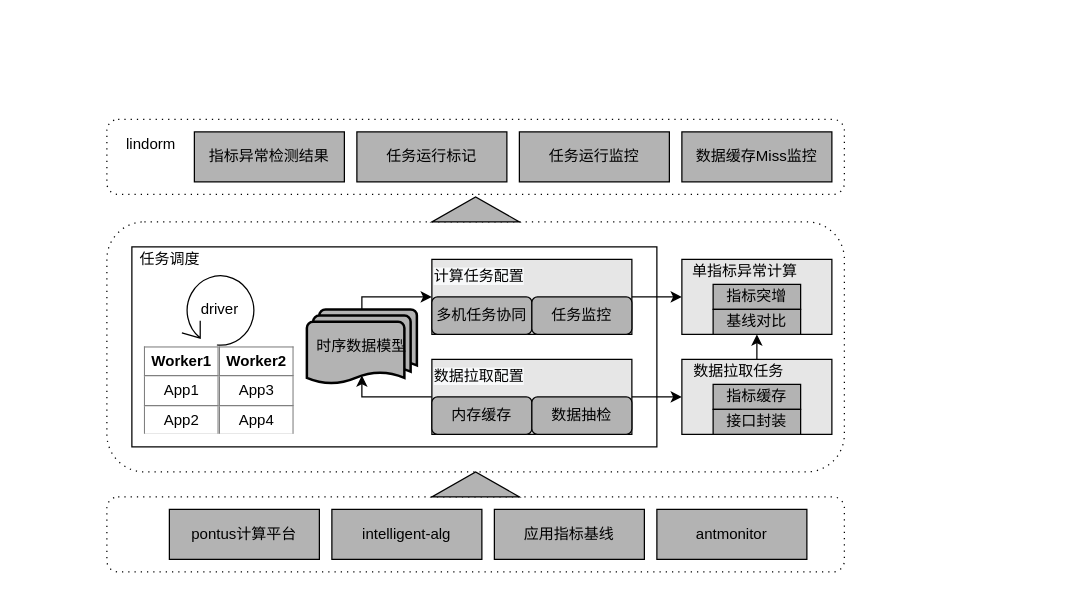
Earlier version of the draw.io diagram 蚂蚁金服/容量/容量计算框架.drawio (frankneu/draw.io). Source tidied: cells renumbered, new cells numbered last; positions are measured from the earlier drawing's top-left corner, leaving out a move shared by most shapes. Both pictures are drawn from the tidied source at 125%, with x=0, y=0 at pixel (106, 119).
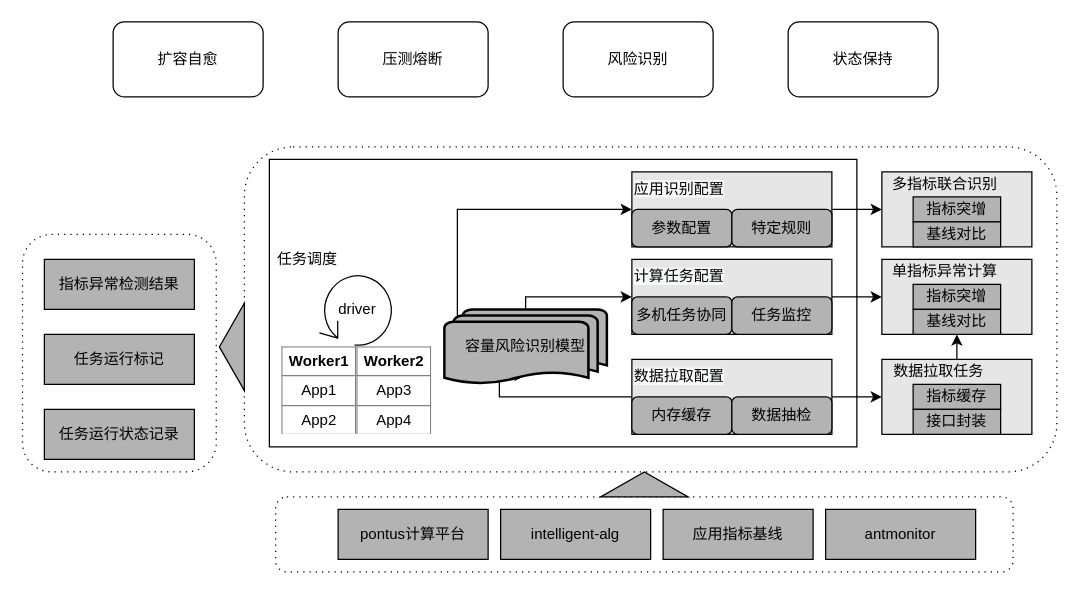
The same page after the edit.

Commit message:
Update 容量计算框架.drawio

What changed in the source:
```diff
@@
     <mxCell id="2" style="shape=ext;rounded=1;html=1;whiteSpace=wrap;dashed=1;dashPattern=1 4;" parent="1" vertex="1">
-      <mxGeometry width="590" height="60" as="geometry" />
+      <mxGeometry x="-67.5" y="92" width="155" height="190" as="geometry" />
     </mxCell>
     <mxCell id="3" style="shape=ext;rounded=1;html=1;whiteSpace=wrap;dashed=1;dashPattern=1 4;" parent="1" vertex="1">
-      <mxGeometry y="82" width="590" height="200" as="geometry" />
+      <mxGeometry x="110" y="22" width="650" height="260" as="geometry" />
     </mxCell>
     <mxCell id="4" style="shape=ext;rounded=1;html=1;whiteSpace=wrap;dashed=1;dashPattern=1 4;" parent="1" vertex="1">
-      <mxGeometry y="302" width="590" height="60" as="geometry" />
+      <mxGeometry x="135" y="302" width="590" height="60" as="geometry" />
     </mxCell>
     <mxCell id="5" style="rounded=0;whiteSpace=wrap;html=1;" parent="1" vertex="1">
-      <mxGeometry x="20" y="102" width="420" height="160" as="geometry" />
+      <mxGeometry x="130" y="32" width="470" height="230" as="geometry" />
     </mxCell>
@@
     <mxCell id="9" style="rounded=0;whiteSpace=wrap;html=1;fillColor=#E6E6E6;" parent="1" vertex="1">
-      <mxGeometry x="460" y="192" width="120" height="60" as="geometry" />
+      <mxGeometry x="620" y="192" width="120" height="60" as="geometry" />
     </mxCell>
     <mxCell id="10" style="rounded=0;whiteSpace=wrap;html=1;fillColor=#E6E6E6;" parent="1" vertex="1">
-      <mxGeometry x="460" y="112" width="120" height="60" as="geometry" />
+      <mxGeometry x="620" y="112" width="120" height="60" as="geometry" />
     </mxCell>
-    <mxCell id="11" value="数据缓存Miss监控" style="rounded=0;whiteSpace=wrap;html=1;fillColor=#B3B3B3;" parent="1" vertex="1">
-      <mxGeometry x="460" y="10" width="120" height="40" as="geometry" />
-    </mxCell>
     <mxCell id="12" value="任务运行标记" style="rounded=0;whiteSpace=wrap;html=1;fillColor=#B3B3B3;" parent="1" vertex="1">
-      <mxGeometry x="200" y="10" width="120" height="40" as="geometry" />
+      <mxGeometry x="-50" y="172" width="120" height="40" as="geometry" />
     </mxCell>
     <mxCell id="13" style="rounded=0;whiteSpace=wrap;html=1;fillColor=#E6E6E6;" parent="1" vertex="1">
-      <mxGeometry x="260" y="112" width="160" height="60" as="geometry" />
+      <mxGeometry x="420" y="112" width="160" height="60" as="geometry" />
     </mxCell>
     <mxCell id="14" style="edgeStyle=orthogonalEdgeStyle;rounded=0;jettySize=auto;html=1;exitX=0;exitY=0.5;exitDx=0;exitDy=0;entryX=0.5;entryY=0.88;entryDx=0;entryDy=0;entryPerimeter=0;fillColor=#E6E6E6;" parent="1" edge="1" source="15" target="24">
       <mxGeometry relative="1" as="geometry">
         <Array as="points">
-          <mxPoint x="204" y="222" />
+          <mxPoint x="314" y="222" />
         </Array>
       </mxGeometry>
     </mxCell>
     <mxCell id="15" style="rounded=0;whiteSpace=wrap;html=1;fillColor=#E6E6E6;" parent="1" vertex="1">
-      <mxGeometry x="260" y="192" width="160" height="60" as="geometry" />
+      <mxGeometry x="420" y="192" width="160" height="60" as="geometry" />
     </mxCell>
     <mxCell id="16" value="pontus计算平台" style="rounded=0;whiteSpace=wrap;html=1;fillColor=#B3B3B3;" parent="1" vertex="1">
-      <mxGeometry x="50" y="312" width="120" height="40" as="geometry" />
+      <mxGeometry x="185" y="312" width="120" height="40" as="geometry" />
     </mxCell>
     <mxCell id="17" value="antmonitor" style="rounded=0;whiteSpace=wrap;html=1;fillColor=#B3B3B3;" parent="1" vertex="1">
-      <mxGeometry x="440" y="312" width="120" height="40" as="geometry" />
+      <mxGeometry x="575" y="312" width="120" height="40" as="geometry" />
     </mxCell>
     <mxCell id="18" value="&lt;span&gt;任务调度&lt;/span&gt;" style="text;html=1;align=center;verticalAlign=middle;" parent="1" vertex="1">
-      <mxGeometry x="20" y="102" width="60" height="20" as="geometry" />
+      <mxGeometry x="130" y="102" width="60" height="20" as="geometry" />
     </mxCell>
     <mxCell id="19" value="intelligent-alg" style="rounded=0;whiteSpace=wrap;html=1;fillColor=#B3B3B3;" parent="1" vertex="1">
-      <mxGeometry x="180" y="312" width="120" height="40" as="geometry" />
+      <mxGeometry x="315" y="312" width="120" height="40" as="geometry" />
     </mxCell>
     <mxCell id="20" value="driver" style="shape=mxgraph.bpmn.loop;html=1;" parent="1" vertex="1">
-      <mxGeometry x="60" y="122" width="60" height="60" as="geometry" />
+      <mxGeometry x="170" y="122" width="60" height="60" as="geometry" />
     </mxCell>
     <mxCell id="21" style="html=1;shadow=0;dashed=0;align=center;verticalAlign=middle;shape=mxgraph.arrows2.arrow;dy=0.6;dx=40;direction=north;notch=0;fillColor=#B3B3B3;" parent="1" vertex="1">
-      <mxGeometry x="260" y="282" width="70" height="20" as="geometry" />
+      <mxGeometry x="395" y="282" width="70" height="20" as="geometry" />
     </mxCell>
-    <mxCell id="22" style="html=1;shadow=0;dashed=0;align=center;verticalAlign=middle;shape=mxgraph.arrows2.arrow;dy=0.6;dx=40;direction=north;notch=0;fillColor=#B3B3B3;" parent="1" vertex="1">
-      <mxGeometry x="260" y="62" width="70" height="20" as="geometry" />
+    <mxCell id="22" style="html=1;shadow=0;dashed=0;align=center;verticalAlign=middle;shape=mxgraph.arrows2.arrow;dy=0.6;dx=40;direction=north;notch=0;fillColor=#B3B3B3;rotation=-90;" parent="1" vertex="1">
+      <mxGeometry x="65" y="172" width="70" height="20" as="geometry" />
     </mxCell>
     <mxCell id="23" style="edgeStyle=orthogonalEdgeStyle;rounded=0;jettySize=auto;html=1;exitX=0.5;exitY=0;exitDx=0;exitDy=0;exitPerimeter=0;entryX=0;entryY=0.5;entryDx=0;entryDy=0;fillColor=#E6E6E6;" parent="1" edge="1" source="24" target="13">
       <mxGeometry relative="1" as="geometry">
         <Array as="points">
-          <mxPoint x="204" y="142" />
+          <mxPoint x="335" y="142" />
         </Array>
       </mxGeometry>
     </mxCell>
+    <mxCell id="43" style="rounded=0;jettySize=auto;html=1;exitX=0.08;exitY=0.1;exitDx=0;exitDy=0;exitPerimeter=0;entryX=0;entryY=1;entryDx=0;entryDy=0;edgeStyle=orthogonalEdgeStyle;" parent="1" edge="1" source="24" target="52">
+      <mxGeometry relative="1" as="geometry">
+        <Array as="points">
+          <mxPoint x="280" y="72" />
+        </Array>
+      </mxGeometry>
+    </mxCell>
-    <mxCell id="24" value="时序数据模型" style="strokeWidth=2;html=1;shape=mxgraph.flowchart.multi-document;whiteSpace=wrap;fillColor=#B3B3B3;" parent="1" vertex="1">
-      <mxGeometry x="160" y="152" width="88" height="60" as="geometry" />
+    <mxCell id="24" value="容量风险识别模型" style="strokeWidth=2;html=1;shape=mxgraph.flowchart.multi-document;whiteSpace=wrap;fillColor=#B3B3B3;" parent="1" vertex="1">
+      <mxGeometry x="270" y="152" width="130" height="60" as="geometry" />
     </mxCell>
     <mxCell id="25" value="&lt;table border=&quot;1&quot; width=&quot;100%&quot; cellpadding=&quot;4&quot; style=&quot;width: 100% ; height: 100% ; border-collapse: collapse&quot;&gt;&lt;tbody&gt;&lt;tr&gt;&lt;th align=&quot;center&quot;&gt;Worker1&lt;/th&gt;&lt;/tr&gt;&lt;tr&gt;&lt;td align=&quot;center&quot;&gt;App1&lt;/td&gt;&lt;/tr&gt;&lt;tr&gt;&lt;td align=&quot;center&quot;&gt;&lt;span&gt;App2&lt;/span&gt;&lt;br&gt;&lt;/td&gt;&lt;/tr&gt;&lt;/tbody&gt;&lt;/table&gt;" style="text;html=1;strokeColor=none;fillColor=none;overflow=fill;" parent="1" vertex="1">
-      <mxGeometry x="30" y="182" width="60" height="70" as="geometry" />
+      <mxGeometry x="140" y="182" width="60" height="70" as="geometry" />
     </mxCell>
     <mxCell id="26" value="&lt;table border=&quot;1&quot; width=&quot;100%&quot; cellpadding=&quot;4&quot; style=&quot;width: 100% ; height: 100% ; border-collapse: collapse&quot;&gt;&lt;tbody&gt;&lt;tr&gt;&lt;th align=&quot;center&quot;&gt;Worker2&lt;/th&gt;&lt;/tr&gt;&lt;tr&gt;&lt;td align=&quot;center&quot;&gt;App3&lt;/td&gt;&lt;/tr&gt;&lt;tr&gt;&lt;td align=&quot;center&quot;&gt;&lt;span&gt;App4&lt;/span&gt;&lt;br&gt;&lt;/td&gt;&lt;/tr&gt;&lt;/tbody&gt;&lt;/table&gt;" style="text;html=1;strokeColor=none;fillColor=none;overflow=fill;" parent="1" vertex="1">
-      <mxGeometry x="90" y="182" width="60" height="70" as="geometry" />
+      <mxGeometry x="200" y="182" width="60" height="70" as="geometry" />
     </mxCell>
     <mxCell id="27" value="&lt;span&gt;单指标异常计算&lt;/span&gt;" style="text;html=1;align=center;verticalAlign=middle;" parent="1" vertex="1">
-      <mxGeometry x="460" y="112" width="100" height="20" as="geometry" />
+      <mxGeometry x="620" y="112" width="100" height="20" as="geometry" />
     </mxCell>
     <mxCell id="28" value="&lt;span&gt;数据拉取任务&lt;/span&gt;" style="text;html=1;align=center;verticalAlign=middle;" parent="1" vertex="1">
-      <mxGeometry x="460" y="192" width="90" height="20" as="geometry" />
+      <mxGeometry x="620" y="192" width="90" height="20" as="geometry" />
     </mxCell>
     <mxCell id="29" value="指标突增" style="rounded=0;whiteSpace=wrap;html=1;fillColor=#B3B3B3;" parent="1" vertex="1">
-      <mxGeometry x="485" y="132" width="70" height="20" as="geometry" />
+      <mxGeometry x="645" y="132" width="70" height="20" as="geometry" />
     </mxCell>
     <mxCell id="30" value="基线对比" style="rounded=0;whiteSpace=wrap;html=1;fillColor=#B3B3B3;" parent="1" vertex="1">
-      <mxGeometry x="485" y="152" width="70" height="20" as="geometry" />
+      <mxGeometry x="645" y="152" width="70" height="20" as="geometry" />
     </mxCell>
     <mxCell id="31" value="指标缓存" style="rounded=0;whiteSpace=wrap;html=1;fillColor=#B3B3B3;" parent="1" vertex="1">
-      <mxGeometry x="485" y="212" width="70" height="20" as="geometry" />
+      <mxGeometry x="645" y="212" width="70" height="20" as="geometry" />
     </mxCell>
     <mxCell id="32" value="接口封装" style="rounded=0;whiteSpace=wrap;html=1;fillColor=#B3B3B3;" parent="1" vertex="1">
-      <mxGeometry x="485" y="232" width="70" height="20" as="geometry" />
+      <mxGeometry x="645" y="232" width="70" height="20" as="geometry" />
     </mxCell>
-    <mxCell id="33" value="lindorm" style="text;html=1;align=center;verticalAlign=middle;" parent="1" vertex="1">
-      <mxGeometry x="10" y="10" width="50" height="20" as="geometry" />
-    </mxCell>
     <mxCell id="34" value="内存缓存" style="rounded=1;whiteSpace=wrap;html=1;fillColor=#B3B3B3;" parent="1" vertex="1">
-      <mxGeometry x="260" y="222" width="80" height="30" as="geometry" />
+      <mxGeometry x="420" y="222" width="80" height="30" as="geometry" />
     </mxCell>
     <mxCell id="35" value="多机任务协同" style="rounded=1;whiteSpace=wrap;html=1;fillColor=#B3B3B3;" parent="1" vertex="1">
-      <mxGeometry x="260" y="142" width="80" height="30" as="geometry" />
+      <mxGeometry x="420" y="142" width="80" height="30" as="geometry" />
     </mxCell>
     <mxCell id="36" value="任务监控" style="rounded=1;whiteSpace=wrap;html=1;fillColor=#B3B3B3;" parent="1" vertex="1">
-      <mxGeometry x="340" y="142" width="80" height="30" as="geometry" />
+      <mxGeometry x="500" y="142" width="80" height="30" as="geometry" />
     </mxCell>
     <mxCell id="37" value="数据抽检" style="rounded=1;whiteSpace=wrap;html=1;fillColor=#B3B3B3;" parent="1" vertex="1">
-      <mxGeometry x="340" y="222" width="80" height="30" as="geometry" />
+      <mxGeometry x="500" y="222" width="80" height="30" as="geometry" />
     </mxCell>
     <mxCell id="38" value="&lt;span style=&quot;color: rgb(0, 0, 0); font-family: helvetica; font-size: 12px; font-style: normal; font-weight: 400; letter-spacing: normal; text-align: center; text-indent: 0px; text-transform: none; word-spacing: 0px; background-color: rgb(248, 249, 250); display: inline; float: none;&quot;&gt;计算任务配置&lt;/span&gt;" style="text;whiteSpace=wrap;html=1;" parent="1" vertex="1">
-      <mxGeometry x="260" y="112" width="100" height="30" as="geometry" />
+      <mxGeometry x="420" y="112" width="100" height="30" as="geometry" />
     </mxCell>
     <mxCell id="39" value="&lt;span style=&quot;color: rgb(0, 0, 0); font-family: helvetica; font-size: 12px; font-style: normal; font-weight: 400; letter-spacing: normal; text-align: center; text-indent: 0px; text-transform: none; word-spacing: 0px; background-color: rgb(248, 249, 250); display: inline; float: none;&quot;&gt;数据拉取配置&lt;/span&gt;" style="text;whiteSpace=wrap;html=1;" parent="1" vertex="1">
-      <mxGeometry x="260" y="192" width="100" height="30" as="geometry" />
+      <mxGeometry x="420" y="192" width="100" height="30" as="geometry" />
     </mxCell>
-    <mxCell id="40" value="任务运行监控" style="rounded=0;whiteSpace=wrap;html=1;fillColor=#B3B3B3;" parent="1" vertex="1">
-      <mxGeometry x="330" y="10" width="120" height="40" as="geometry" />
+    <mxCell id="40" value="任务运行状态记录" style="rounded=0;whiteSpace=wrap;html=1;fillColor=#B3B3B3;" parent="1" vertex="1">
+      <mxGeometry x="-50" y="232" width="120" height="40" as="geometry" />
     </mxCell>
     <mxCell id="41" value="指标异常检测结果" style="rounded=0;whiteSpace=wrap;html=1;fillColor=#B3B3B3;" parent="1" vertex="1">
-      <mxGeometry x="70" y="10" width="120" height="40" as="geometry" />
+      <mxGeometry x="-50" y="112" width="120" height="40" as="geometry" />
     </mxCell>
     <mxCell id="42" value="应用指标基线" style="rounded=0;whiteSpace=wrap;html=1;fillColor=#B3B3B3;" parent="1" vertex="1">
-      <mxGeometry x="310" y="312" width="120" height="40" as="geometry" />
+      <mxGeometry x="445" y="312" width="120" height="40" as="geometry" />
     </mxCell>
+    <mxCell id="44" value="扩容自愈" style="rounded=1;whiteSpace=wrap;html=1;" parent="1" vertex="1">
+      <mxGeometry x="5" y="-78" width="120" height="60" as="geometry" />
+    </mxCell>
+    <mxCell id="45" value="压测熔断" style="rounded=1;whiteSpace=wrap;html=1;" parent="1" vertex="1">
+      <mxGeometry x="185" y="-78" width="120" height="60" as="geometry" />
+    </mxCell>
+    <mxCell id="46" value="风险识别" style="rounded=1;whiteSpace=wrap;html=1;" parent="1" vertex="1">
+      <mxGeometry x="365" y="-78" width="120" height="60" as="geometry" />
+    </mxCell>
+    <mxCell id="47" value="状态保持" style="rounded=1;whiteSpace=wrap;html=1;" parent="1" vertex="1">
+      <mxGeometry x="545" y="-78" width="120" height="60" as="geometry" />
+    </mxCell>
+    <mxCell id="48" style="rounded=0;whiteSpace=wrap;html=1;fillColor=#E6E6E6;" parent="1" vertex="1">
+      <mxGeometry x="420" y="42" width="160" height="60" as="geometry" />
+    </mxCell>
+    <mxCell id="49" value="参数配置" style="rounded=1;whiteSpace=wrap;html=1;fillColor=#B3B3B3;" parent="1" vertex="1">
+      <mxGeometry x="420" y="72" width="80" height="30" as="geometry" />
+    </mxCell>
+    <mxCell id="50" style="edgeStyle=orthogonalEdgeStyle;rounded=0;jettySize=auto;html=1;exitX=1;exitY=0;exitDx=0;exitDy=0;entryX=0;entryY=0.5;entryDx=0;entryDy=0;" parent="1" edge="1" source="51" target="53">
+      <mxGeometry relative="1" as="geometry">
+        <Array as="points">
+          <mxPoint x="590" y="72" />
+          <mxPoint x="590" y="72" />
+        </Array>
+      </mxGeometry>
+    </mxCell>
+    <mxCell id="51" value="特定规则" style="rounded=1;whiteSpace=wrap;html=1;fillColor=#B3B3B3;" parent="1" vertex="1">
+      <mxGeometry x="500" y="72" width="80" height="30" as="geometry" />
+    </mxCell>
+    <mxCell id="52" value="&lt;span style=&quot;color: rgb(0 , 0 , 0) ; font-family: &amp;#34;helvetica&amp;#34; ; font-size: 12px ; font-style: normal ; font-weight: 400 ; letter-spacing: normal ; text-align: center ; text-indent: 0px ; text-transform: none ; word-spacing: 0px ; background-color: rgb(248 , 249 , 250) ; display: inline ; float: none&quot;&gt;应用识别配置&lt;/span&gt;" style="text;whiteSpace=wrap;html=1;" parent="1" vertex="1">
+      <mxGeometry x="420" y="42" width="100" height="30" as="geometry" />
+    </mxCell>
+    <mxCell id="53" style="rounded=0;whiteSpace=wrap;html=1;fillColor=#E6E6E6;" parent="1" vertex="1">
+      <mxGeometry x="620" y="42" width="120" height="60" as="geometry" />
+    </mxCell>
+    <mxCell id="54" value="&lt;span&gt;多指标联合识别&lt;/span&gt;" style="text;html=1;align=center;verticalAlign=middle;" parent="1" vertex="1">
+      <mxGeometry x="620" y="42" width="100" height="20" as="geometry" />
+    </mxCell>
+    <mxCell id="55" value="指标突增" style="rounded=0;whiteSpace=wrap;html=1;fillColor=#B3B3B3;" parent="1" vertex="1">
+      <mxGeometry x="645" y="62" width="70" height="20" as="geometry" />
+    </mxCell>
+    <mxCell id="56" value="基线对比" style="rounded=0;whiteSpace=wrap;html=1;fillColor=#B3B3B3;" parent="1" vertex="1">
+      <mxGeometry x="645" y="82" width="70" height="20" as="geometry" />
+    </mxCell>
```
